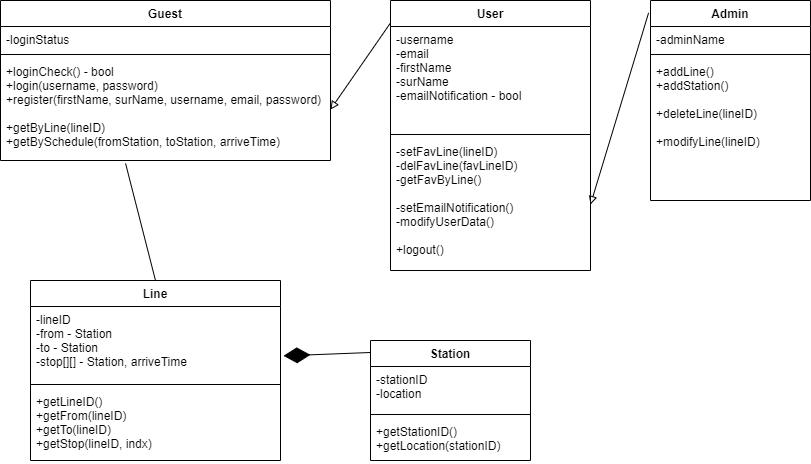
This is class_diagram_vonat.png from makoadampeter/vonatprojekt, a draw.io export, as it was before one commit. Source tidied: cells renumbered, new cells last; positions are measured from the earlier drawing's top-left corner, leaving out a move shared by most shapes.
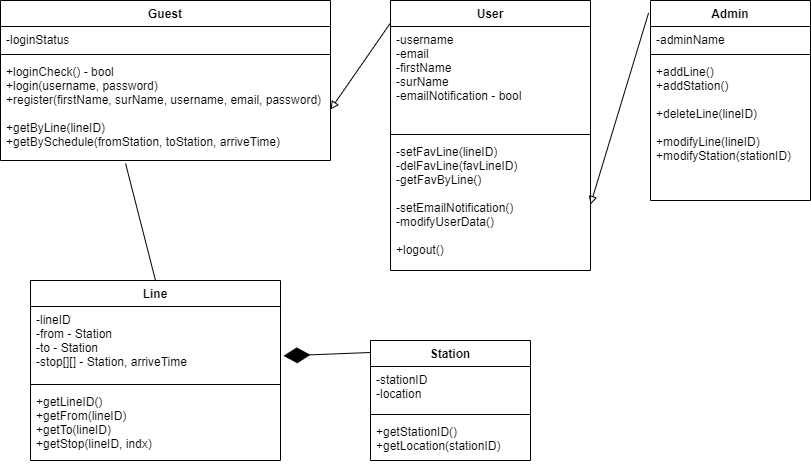
Above is the later version.

Commit message:
Állomás módosító függvény hozzáadása

Diff of the diagram source:
```diff
@@ -11,7 +11,7 @@
     <mxCell id="4" style="line;strokeWidth=1;fillColor=none;align=left;verticalAlign=middle;spacingTop=-1;spacingLeft=3;spacingRight=3;labelPosition=right;" parent="2" vertex="1">
       <mxGeometry y="50" width="160" height="8" as="geometry" />
     </mxCell>
-    <mxCell id="5" value="+addLine()&#10;+addStation()&#10;&#10;+deleteLine(lineID)&#10;&#10;+modifyLine(lineID)&#10;&#10;" style="text;strokeColor=none;fillColor=none;align=left;verticalAlign=top;spacingLeft=4;spacingRight=4;overflow=hidden;" parent="2" vertex="1">
+    <mxCell id="5" value="+addLine()&#10;+addStation()&#10;&#10;+deleteLine(lineID)&#10;&#10;+modifyLine(lineID)&#10;+modifyStation(stationID)&#10;" style="text;strokeColor=none;fillColor=none;align=left;verticalAlign=top;spacingLeft=4;spacingRight=4;overflow=hidden;" parent="2" vertex="1">
       <mxGeometry y="58" width="160" height="142" as="geometry" />
     </mxCell>
     <mxCell id="6" value="Guest" style="swimlane;fontStyle=1;align=center;verticalAlign=top;horizontal=1;startSize=26;" parent="1" vertex="1">
```
